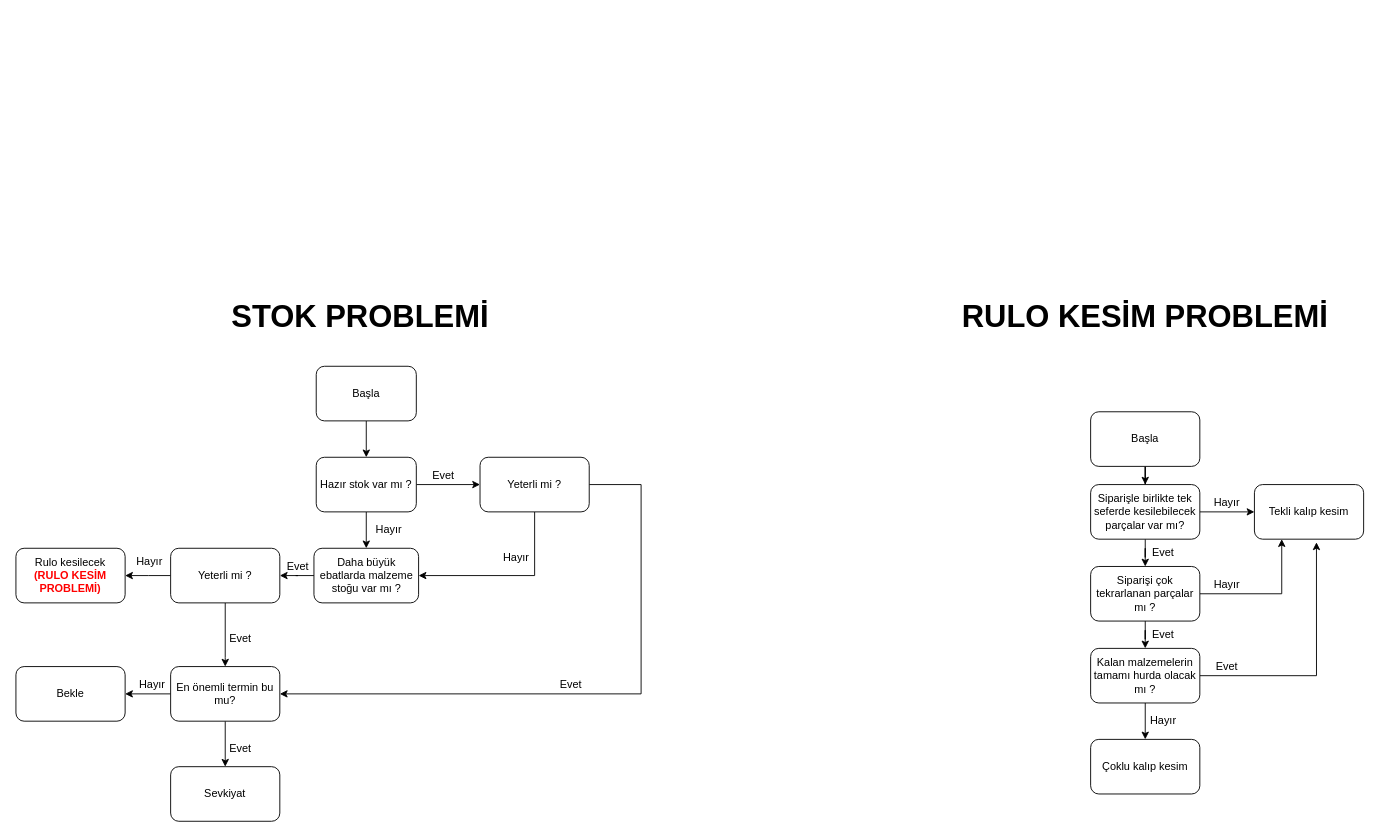
This is flow-diagram.drawio from kardelenyurtkuran/AiSteelStamping, a draw.io file, before an edit. Source tidied: cells renumbered, new cells numbered last; positions are measured from the earlier drawing's top-left corner, leaving out a move shared by most shapes. Both pictures are drawn from the tidied source at 91%, with x=0, y=0 at pixel (15, 302).
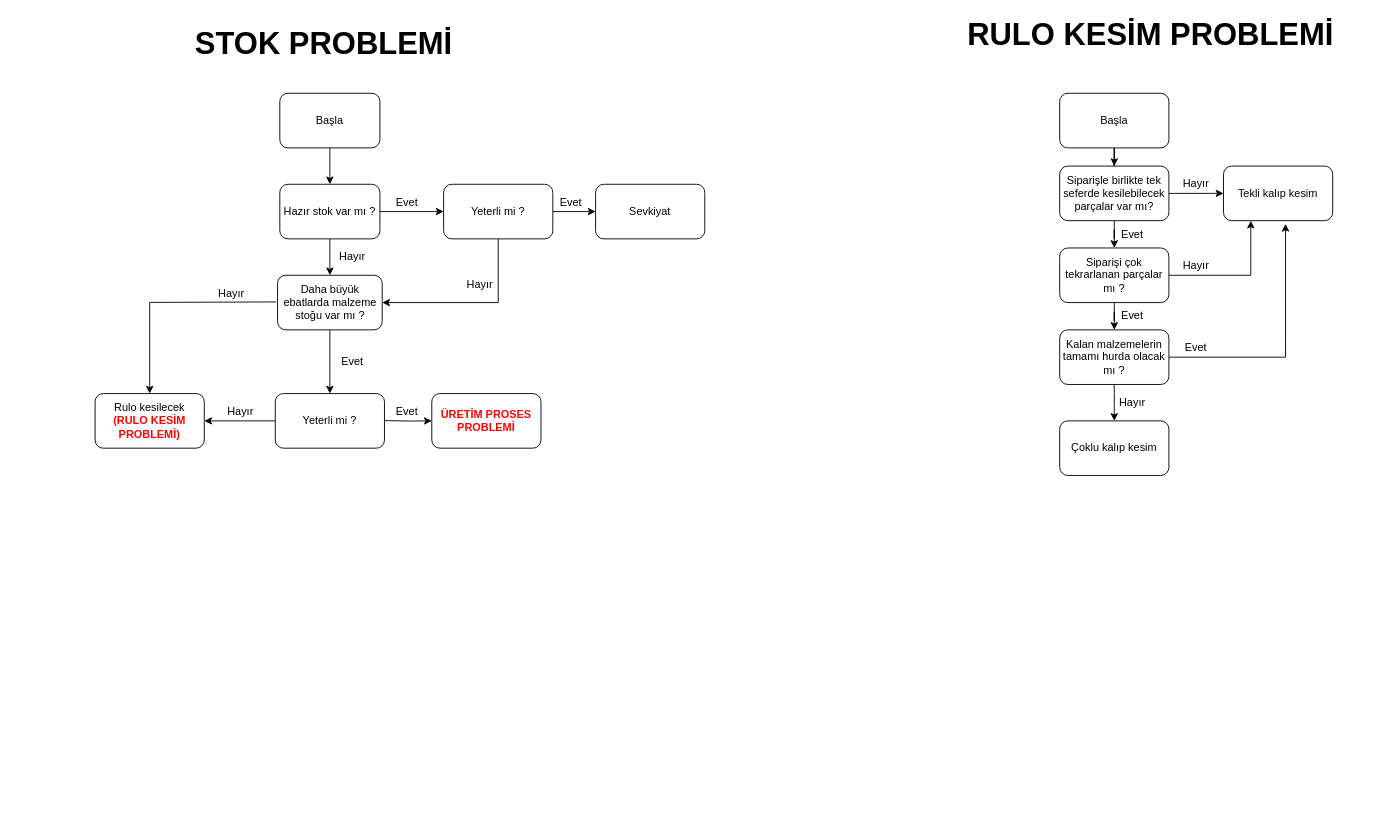
After the change.

The edit, as a diff of the source:
```diff
@@
     <mxCell id="4" value="Hazır stok var mı ?" style="rounded=1;whiteSpace=wrap;html=1;" parent="1" vertex="1">
-      <mxGeometry x="330" y="170" width="110" height="60" as="geometry" />
+      <mxGeometry x="290" y="-130" width="110" height="60" as="geometry" />
     </mxCell>
@@
     <mxCell id="6" value="Daha büyük ebatlarda malzeme stoğu var mı ?" style="whiteSpace=wrap;html=1;rounded=1;" parent="1" vertex="1">
-      <mxGeometry x="327.5" y="270" width="115" height="60" as="geometry" />
+      <mxGeometry x="287.5" y="-30" width="115" height="60" as="geometry" />
     </mxCell>
-    <mxCell id="7" style="edgeStyle=orthogonalEdgeStyle;rounded=0;jettySize=auto;html=1;" parent="1" edge="1" source="9" target="14">
-      <mxGeometry relative="1" as="geometry">
-        <Array as="points">
-          <mxPoint x="687" y="200" />
-          <mxPoint x="687" y="430" />
-        </Array>
-      </mxGeometry>
-    </mxCell>
     <mxCell id="8" style="edgeStyle=orthogonalEdgeStyle;rounded=0;jettySize=auto;html=1;entryX=1;entryY=0.5;entryDx=0;entryDy=0;" parent="1" edge="1" source="9" target="6">
       <mxGeometry relative="1" as="geometry">
         <Array as="points">
-          <mxPoint x="570" y="300" />
+          <mxPoint x="530" />
         </Array>
       </mxGeometry>
     </mxCell>
+    <mxCell id="51" style="edgeStyle=orthogonalEdgeStyle;rounded=0;jettySize=auto;html=1;" parent="1" edge="1" source="9" target="47">
+      <mxGeometry relative="1" as="geometry" />
+    </mxCell>
     <mxCell id="9" value="Yeterli mi ?" style="whiteSpace=wrap;html=1;rounded=1;" parent="1" vertex="1">
-      <mxGeometry x="510" y="170" width="120" height="60" as="geometry" />
+      <mxGeometry x="470" y="-130" width="120" height="60" as="geometry" />
     </mxCell>
     <mxCell id="10" value="Evet" style="text;html=1;align=center;verticalAlign=middle;whiteSpace=wrap;rounded=0;" parent="1" vertex="1">
-      <mxGeometry x="450" y="180" width="40" height="20" as="geometry" />
+      <mxGeometry x="410" y="-120" width="40" height="20" as="geometry" />
     </mxCell>
     <mxCell id="11" value="Hayır" style="text;html=1;align=center;verticalAlign=middle;whiteSpace=wrap;rounded=0;" parent="1" vertex="1">
-      <mxGeometry x="390" y="240" width="40" height="20" as="geometry" />
+      <mxGeometry x="350" y="-60" width="40" height="20" as="geometry" />
     </mxCell>
-    <mxCell id="12" style="edgeStyle=orthogonalEdgeStyle;rounded=0;jettySize=auto;html=1;" parent="1" edge="1" source="14" target="47">
-      <mxGeometry relative="1" as="geometry" />
-    </mxCell>
-    <mxCell id="13" style="edgeStyle=orthogonalEdgeStyle;rounded=0;jettySize=auto;html=1;" parent="1" edge="1" source="14" target="49">
-      <mxGeometry relative="1" as="geometry" />
-    </mxCell>
-    <mxCell id="14" value="En önemli termin bu mu?" style="whiteSpace=wrap;html=1;rounded=1;" parent="1" vertex="1">
-      <mxGeometry x="170" y="400" width="120" height="60" as="geometry" />
+    <mxCell id="14" value="&lt;b&gt;&lt;font style=&quot;color: rgb(255, 0, 0);&quot;&gt;ÜRETİM PROSES PROBLEMİ&lt;/font&gt;&lt;/b&gt;" style="whiteSpace=wrap;html=1;rounded=1;" parent="1" vertex="1">
+      <mxGeometry x="457" y="100" width="120" height="60" as="geometry" />
     </mxCell>
     <mxCell id="15" value="Evet" style="text;html=1;align=center;verticalAlign=middle;whiteSpace=wrap;rounded=0;" parent="1" vertex="1">
-      <mxGeometry x="590" y="410" width="40" height="20" as="geometry" />
+      <mxGeometry x="590" y="-120" width="40" height="20" as="geometry" />
     </mxCell>
     <mxCell id="16" value="Hayır" style="text;html=1;align=center;verticalAlign=middle;whiteSpace=wrap;rounded=0;" parent="1" vertex="1">
-      <mxGeometry x="530" y="270" width="40" height="20" as="geometry" />
+      <mxGeometry x="490" y="-30" width="40" height="20" as="geometry" />
     </mxCell>
     <mxCell id="17" value="Rulo kesilecek&lt;div&gt;&lt;b&gt;&lt;font style=&quot;color: light-dark(rgb(255, 0, 0), rgb(237, 237, 237));&quot;&gt;(RULO KESİM PROBLEMİ)&lt;/font&gt;&lt;/b&gt;&lt;/div&gt;" style="whiteSpace=wrap;html=1;rounded=1;" parent="1" vertex="1">
-      <mxGeometry y="270" width="120" height="60" as="geometry" />
+      <mxGeometry x="87" y="100" width="120" height="60" as="geometry" />
     </mxCell>
-    <mxCell id="18" style="edgeStyle=orthogonalEdgeStyle;rounded=0;jettySize=auto;html=1;" parent="1" edge="1" source="20">
-      <mxGeometry relative="1" as="geometry">
-        <mxPoint x="120" y="300" as="targetPoint" />
-      </mxGeometry>
+    <mxCell id="18" style="edgeStyle=orthogonalEdgeStyle;rounded=0;jettySize=auto;html=1;entryX=1;entryY=0.5;entryDx=0;entryDy=0;" parent="1" edge="1" source="20" target="17">
+      <mxGeometry relative="1" as="geometry" />
     </mxCell>
-    <mxCell id="19" style="edgeStyle=orthogonalEdgeStyle;rounded=0;jettySize=auto;html=1;" parent="1" edge="1" source="20">
-      <mxGeometry relative="1" as="geometry">
-        <mxPoint x="230" y="400" as="targetPoint" />
-        <Array as="points">
-          <mxPoint x="230" y="390" />
-          <mxPoint x="230" y="390" />
-        </Array>
-      </mxGeometry>
-    </mxCell>
     <mxCell id="20" value="Yeterli mi ?" style="whiteSpace=wrap;html=1;rounded=1;" parent="1" vertex="1">
-      <mxGeometry x="170" y="270" width="120" height="60" as="geometry" />
+      <mxGeometry x="285" y="100" width="120" height="60" as="geometry" />
     </mxCell>
     <mxCell id="21" value="Hayır" style="text;html=1;align=center;verticalAlign=middle;whiteSpace=wrap;rounded=0;" parent="1" vertex="1">
-      <mxGeometry x="127" y="275" width="40" height="20" as="geometry" />
+      <mxGeometry x="227" y="110" width="40" height="20" as="geometry" />
     </mxCell>
     <mxCell id="22" value="Evet" style="text;html=1;align=center;verticalAlign=middle;whiteSpace=wrap;rounded=0;" parent="1" vertex="1">
-      <mxGeometry x="290" y="280" width="40" height="20" as="geometry" />
+      <mxGeometry x="350" y="55" width="40" height="20" as="geometry" />
     </mxCell>
@@
     <mxCell id="24" value="Başla" style="rounded=1;whiteSpace=wrap;html=1;" parent="1" vertex="1">
-      <mxGeometry x="330" y="70" width="110" height="60" as="geometry" />
+      <mxGeometry x="290" y="-230" width="110" height="60" as="geometry" />
     </mxCell>
@@
     <mxCell id="26" value="Başla" style="whiteSpace=wrap;html=1;rounded=1;" parent="1" vertex="1">
-      <mxGeometry x="1181" y="120" width="120" height="60" as="geometry" />
+      <mxGeometry x="1147" y="-230" width="120" height="60" as="geometry" />
     </mxCell>
@@
     <mxCell id="29" value="Siparişle birlikte tek seferde kesilebilecek parçalar var mı?" style="whiteSpace=wrap;html=1;rounded=1;" parent="1" vertex="1">
-      <mxGeometry x="1181" y="200" width="120" height="60" as="geometry" />
+      <mxGeometry x="1147" y="-150" width="120" height="60" as="geometry" />
     </mxCell>
     <mxCell id="30" value="STOK PROBLEMİ" style="text;html=1;align=center;verticalAlign=middle;whiteSpace=wrap;rounded=0;fontSize=34;fontStyle=1;" parent="1" vertex="1">
-      <mxGeometry x="225.5" width="304.5" height="30" as="geometry" />
+      <mxGeometry x="185.5" y="-300" width="304.5" height="30" as="geometry" />
     </mxCell>
@@
     <mxCell id="33" value="Siparişi çok tekrarlanan parçalar mı ?" style="whiteSpace=wrap;html=1;rounded=1;" parent="1" vertex="1">
-      <mxGeometry x="1181" y="290" width="120" height="60" as="geometry" />
+      <mxGeometry x="1147" y="-60" width="120" height="60" as="geometry" />
     </mxCell>
     <mxCell id="34" value="Tekli kalıp kesim" style="whiteSpace=wrap;html=1;rounded=1;" parent="1" vertex="1">
-      <mxGeometry x="1361" y="200" width="120" height="60" as="geometry" />
+      <mxGeometry x="1327" y="-150" width="120" height="60" as="geometry" />
     </mxCell>
     <mxCell id="35" value="Hayır" style="text;html=1;align=center;verticalAlign=middle;whiteSpace=wrap;rounded=0;" parent="1" vertex="1">
-      <mxGeometry x="1311" y="210" width="40" height="20" as="geometry" />
+      <mxGeometry x="1277" y="-140" width="40" height="20" as="geometry" />
     </mxCell>
     <mxCell id="36" value="Evet" style="text;html=1;align=center;verticalAlign=middle;whiteSpace=wrap;rounded=0;" parent="1" vertex="1">
-      <mxGeometry x="1241" y="265" width="40" height="20" as="geometry" />
+      <mxGeometry x="1207" y="-85" width="40" height="20" as="geometry" />
     </mxCell>
     <mxCell id="37" value="RULO KESİM PROBLEMİ" style="text;html=1;align=center;verticalAlign=middle;whiteSpace=wrap;rounded=0;fontSize=34;fontStyle=1;" parent="1" vertex="1">
-      <mxGeometry x="1001" width="480" height="30" as="geometry" />
+      <mxGeometry x="1007" y="-310" width="480" height="30" as="geometry" />
     </mxCell>
@@
     <mxCell id="40" value="Kalan malzemelerin tamamı hurda olacak mı ?" style="whiteSpace=wrap;html=1;rounded=1;" parent="1" vertex="1">
-      <mxGeometry x="1181" y="380" width="120" height="60" as="geometry" />
+      <mxGeometry x="1147" y="30" width="120" height="60" as="geometry" />
     </mxCell>
     <mxCell id="41" value="Evet" style="text;html=1;align=center;verticalAlign=middle;whiteSpace=wrap;rounded=0;" parent="1" vertex="1">
-      <mxGeometry x="1241" y="355" width="40" height="20" as="geometry" />
+      <mxGeometry x="1207" y="5" width="40" height="20" as="geometry" />
     </mxCell>
     <mxCell id="42" value="Hayır" style="text;html=1;align=center;verticalAlign=middle;whiteSpace=wrap;rounded=0;" parent="1" vertex="1">
-      <mxGeometry x="1311" y="300" width="40" height="20" as="geometry" />
+      <mxGeometry x="1277" y="-50" width="40" height="20" as="geometry" />
     </mxCell>
     <mxCell id="43" value="Evet" style="text;html=1;align=center;verticalAlign=middle;whiteSpace=wrap;rounded=0;" parent="1" vertex="1">
-      <mxGeometry x="1311" y="390" width="40" height="20" as="geometry" />
+      <mxGeometry x="1277" y="40" width="40" height="20" as="geometry" />
     </mxCell>
     <mxCell id="44" value="Çoklu kalıp kesim" style="whiteSpace=wrap;html=1;rounded=1;" parent="1" vertex="1">
-      <mxGeometry x="1181" y="480" width="120" height="60" as="geometry" />
+      <mxGeometry x="1147" y="130" width="120" height="60" as="geometry" />
     </mxCell>
     <mxCell id="45" value="Hayır" style="text;html=1;align=center;verticalAlign=middle;whiteSpace=wrap;rounded=0;" parent="1" vertex="1">
-      <mxGeometry x="1241" y="450" width="40" height="20" as="geometry" />
+      <mxGeometry x="1207" y="100" width="40" height="20" as="geometry" />
     </mxCell>
     <mxCell id="46" value="Evet" style="text;html=1;align=center;verticalAlign=middle;whiteSpace=wrap;rounded=0;" parent="1" vertex="1">
-      <mxGeometry x="227" y="360" width="40" height="20" as="geometry" />
+      <mxGeometry x="410" y="110" width="40" height="20" as="geometry" />
     </mxCell>
+    <mxCell id="52" style="edgeStyle=orthogonalEdgeStyle;rounded=0;orthogonalLoop=1;jettySize=auto;html=1;" parent="1" edge="1">
+      <mxGeometry relative="1" as="geometry">
+        <mxPoint x="405" y="129.7" as="sourcePoint" />
+        <mxPoint x="457" y="130" as="targetPoint" />
+      </mxGeometry>
+    </mxCell>
     <mxCell id="47" value="Sevkiyat" style="whiteSpace=wrap;html=1;rounded=1;" parent="1" vertex="1">
-      <mxGeometry x="170" y="510" width="120" height="60" as="geometry" />
+      <mxGeometry x="637" y="-130" width="120" height="60" as="geometry" />
     </mxCell>
-    <mxCell id="48" value="Evet" style="text;html=1;align=center;verticalAlign=middle;whiteSpace=wrap;rounded=0;" parent="1" vertex="1">
-      <mxGeometry x="227" y="480" width="40" height="20" as="geometry" />
-    </mxCell>
-    <mxCell id="49" value="Bekle" style="whiteSpace=wrap;html=1;rounded=1;" parent="1" vertex="1">
-      <mxGeometry y="400" width="120" height="60" as="geometry" />
-    </mxCell>
+    <mxCell id="53" style="edgeStyle=orthogonalEdgeStyle;rounded=0;jettySize=auto;html=1;entryX=0.5;entryY=0;entryDx=0;entryDy=0;" parent="1" edge="1" target="17">
+      <mxGeometry relative="1" as="geometry">
+        <mxPoint x="286" y="-0.7" as="sourcePoint" />
+      </mxGeometry>
+    </mxCell>
     <mxCell id="50" value="Hayır" style="text;html=1;align=center;verticalAlign=middle;whiteSpace=wrap;rounded=0;" parent="1" vertex="1">
-      <mxGeometry x="130" y="410" width="40" height="20" as="geometry" />
+      <mxGeometry x="217" y="-20" width="40" height="20" as="geometry" />
     </mxCell>
```
